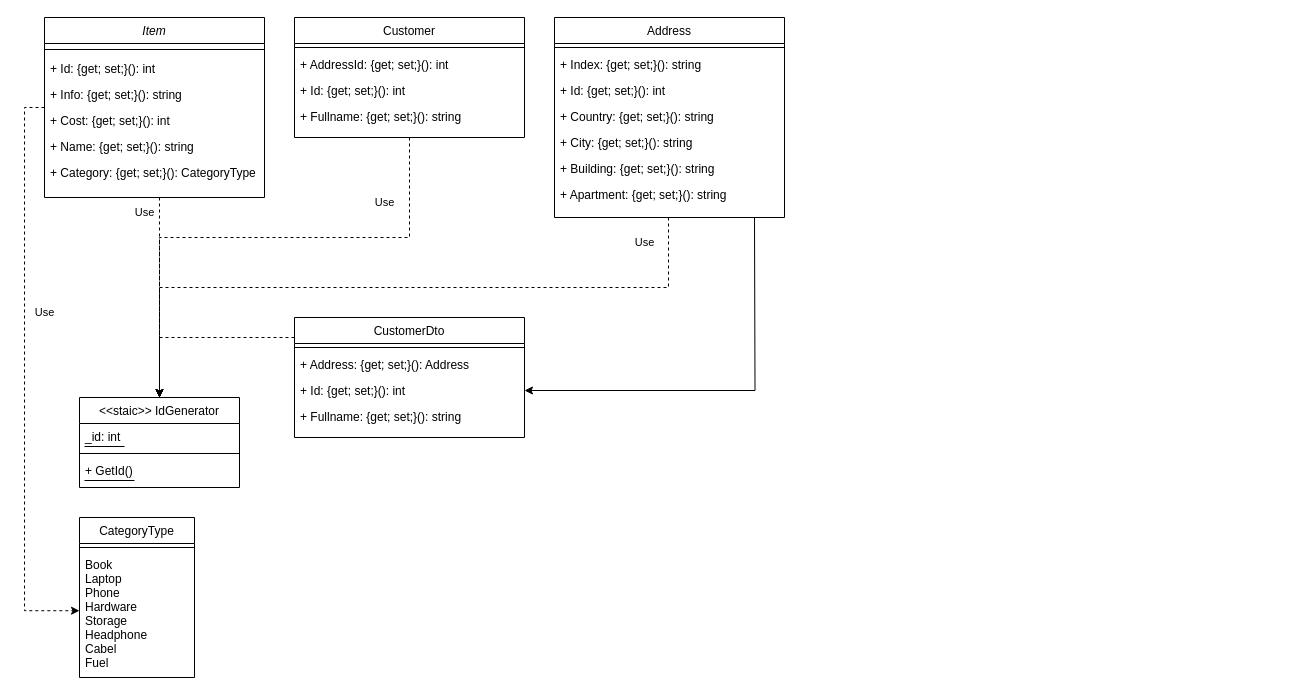
This is ClassDiagram.drawio from antoniocra04/oop-backend, a draw.io file, before an edit. Source tidied: cells renumbered, new cells numbered last; positions are measured from the earlier drawing's top-left corner, leaving out a move shared by most shapes. Both pictures are drawn from the tidied source at 100%, with x=0, y=0 at pixel (24, 17).
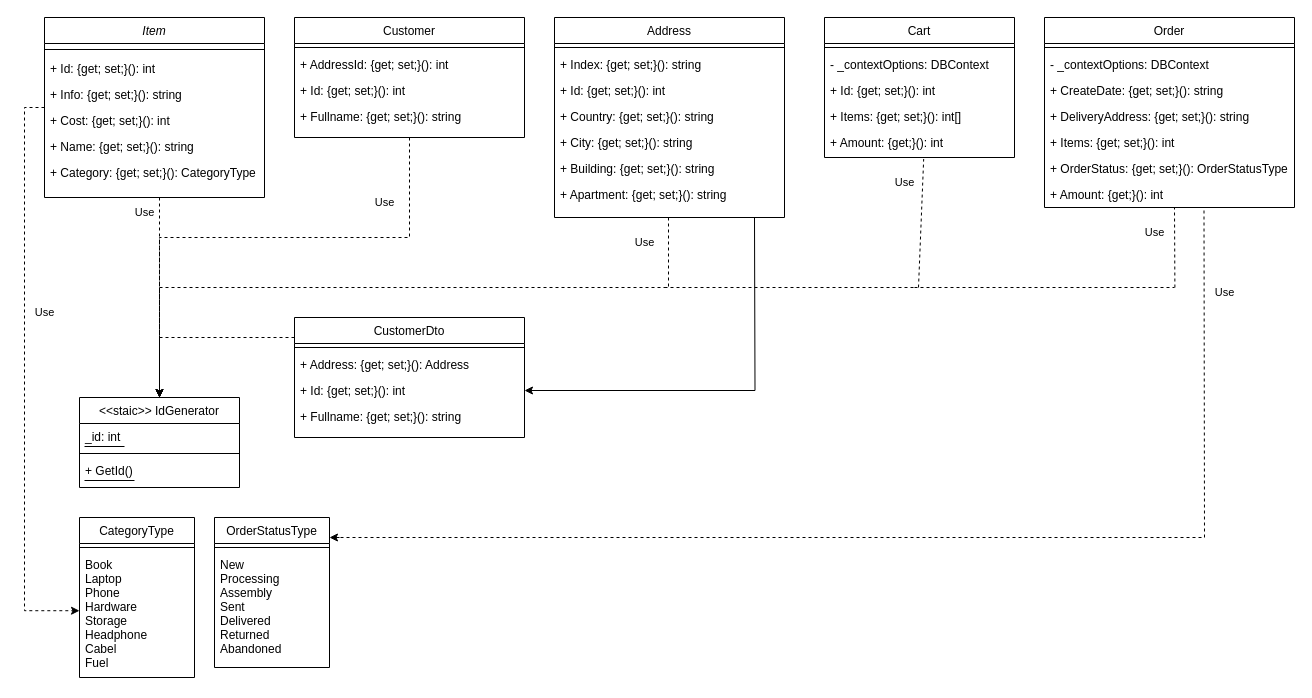
Above is the later version.

What changed in the source:
```diff
@@
+    <mxCell id="46" value="OrderStatusType" style="swimlane;fontStyle=0;align=center;verticalAlign=top;horizontal=1;startSize=26;rounded=0;shadow=0;strokeWidth=1;" parent="1" vertex="1">
+      <mxGeometry x="190" y="500" width="115" height="150" as="geometry" />
+    </mxCell>
+    <mxCell id="47" style="line;html=1;strokeWidth=1;align=left;verticalAlign=middle;spacingTop=-1;spacingLeft=3;spacingRight=3;labelPosition=right;" parent="46" vertex="1">
+      <mxGeometry y="26" width="115" height="8" as="geometry" />
+    </mxCell>
+    <mxCell id="48" value="New&#10;Processing&#10;Assembly&#10;Sent&#10;Delivered&#10;Returned&#10;Abandoned" style="text;align=left;verticalAlign=top;spacingLeft=4;spacingRight=4;overflow=hidden;rounded=0;shadow=0;html=0;" parent="46" vertex="1">
+      <mxGeometry y="34" width="115" height="116" as="geometry" />
+    </mxCell>
+    <mxCell id="49" value="Cart" style="swimlane;fontStyle=0;align=center;verticalAlign=top;horizontal=1;startSize=26;rounded=0;shadow=0;strokeWidth=1;" parent="1" vertex="1">
+      <mxGeometry x="800" width="190" height="140" as="geometry" />
+    </mxCell>
+    <mxCell id="50" style="line;html=1;strokeWidth=1;align=left;verticalAlign=middle;spacingTop=-1;spacingLeft=3;spacingRight=3;labelPosition=right;" parent="49" vertex="1">
+      <mxGeometry y="26" width="190" height="8" as="geometry" />
+    </mxCell>
+    <mxCell id="51" value="- _contextOptions: DBContext" style="text;align=left;verticalAlign=top;spacingLeft=4;spacingRight=4;overflow=hidden;rounded=0;shadow=0;html=0;" parent="49" vertex="1">
+      <mxGeometry y="34" width="190" height="26" as="geometry" />
+    </mxCell>
+    <mxCell id="52" value="+ Id: {get; set;}(): int" style="text;align=left;verticalAlign=top;spacingLeft=4;spacingRight=4;overflow=hidden;" parent="49" vertex="1">
+      <mxGeometry y="60" width="190" height="26" as="geometry" />
+    </mxCell>
+    <mxCell id="53" value="+ Items: {get; set;}(): int[]" style="text;align=left;verticalAlign=top;spacingLeft=4;spacingRight=4;overflow=hidden;rounded=0;shadow=0;html=0;" parent="49" vertex="1">
+      <mxGeometry y="86" width="190" height="26" as="geometry" />
+    </mxCell>
+    <mxCell id="54" value="+ Amount: {get;}(): int" style="text;align=left;verticalAlign=top;spacingLeft=4;spacingRight=4;overflow=hidden;points=[[0,0.5],[1,0.5]];portConstraint=eastwest;rounded=0;shadow=0;html=0;" parent="49" vertex="1">
+      <mxGeometry y="112" width="190" height="26" as="geometry" />
+    </mxCell>
+    <mxCell id="55" value="Order" style="swimlane;fontStyle=0;align=center;verticalAlign=top;horizontal=1;startSize=26;rounded=0;shadow=0;strokeWidth=1;" parent="1" vertex="1">
+      <mxGeometry x="1020" width="250" height="190" as="geometry" />
+    </mxCell>
+    <mxCell id="56" style="line;html=1;strokeWidth=1;align=left;verticalAlign=middle;spacingTop=-1;spacingLeft=3;spacingRight=3;labelPosition=right;" parent="55" vertex="1">
+      <mxGeometry y="26" width="250" height="8" as="geometry" />
+    </mxCell>
+    <mxCell id="57" value="- _contextOptions: DBContext" style="text;align=left;verticalAlign=top;spacingLeft=4;spacingRight=4;overflow=hidden;rounded=0;shadow=0;html=0;" parent="55" vertex="1">
+      <mxGeometry y="34" width="250" height="26" as="geometry" />
+    </mxCell>
+    <mxCell id="58" value="+ CreateDate: {get; set;}(): string" style="text;align=left;verticalAlign=top;spacingLeft=4;spacingRight=4;overflow=hidden;" parent="55" vertex="1">
+      <mxGeometry y="60" width="250" height="26" as="geometry" />
+    </mxCell>
+    <mxCell id="59" value="+ DeliveryAddress: {get; set;}(): string" style="text;align=left;verticalAlign=top;spacingLeft=4;spacingRight=4;overflow=hidden;rounded=0;shadow=0;html=0;" parent="55" vertex="1">
+      <mxGeometry y="86" width="250" height="26" as="geometry" />
+    </mxCell>
+    <mxCell id="60" value="+ Items: {get; set;}(): int" style="text;align=left;verticalAlign=top;spacingLeft=4;spacingRight=4;overflow=hidden;rounded=0;shadow=0;html=0;" parent="55" vertex="1">
+      <mxGeometry y="112" width="250" height="26" as="geometry" />
+    </mxCell>
+    <mxCell id="61" value="+ OrderStatus: {get; set;}(): OrderStatusType" style="text;align=left;verticalAlign=top;spacingLeft=4;spacingRight=4;overflow=hidden;rounded=0;shadow=0;html=0;" parent="55" vertex="1">
+      <mxGeometry y="138" width="250" height="26" as="geometry" />
+    </mxCell>
+    <mxCell id="62" value="+ Amount: {get;}(): int" style="text;align=left;verticalAlign=top;spacingLeft=4;spacingRight=4;overflow=hidden;points=[[0,0.5],[1,0.5]];portConstraint=eastwest;rounded=0;shadow=0;html=0;" parent="55" vertex="1">
+      <mxGeometry y="164" width="250" height="26" as="geometry" />
+    </mxCell>
+    <mxCell id="63" style="endArrow=none;dashed=1;html=1;rounded=0;entryX=0.522;entryY=1.134;entryDx=0;entryDy=0;entryPerimeter=0;" parent="1" edge="1" target="54">
+      <mxGeometry relative="1" as="geometry">
+        <mxPoint x="894" y="270" as="sourcePoint" />
+      </mxGeometry>
+    </mxCell>
+    <mxCell id="64" style="endArrow=none;dashed=1;html=1;rounded=0;" parent="1" edge="1">
+      <mxGeometry relative="1" as="geometry">
+        <mxPoint x="640" y="270" as="sourcePoint" />
+        <mxPoint x="890" y="270" as="targetPoint" />
+      </mxGeometry>
+    </mxCell>
+    <mxCell id="65" value="Use" style="text;html=1;align=center;verticalAlign=middle;strokeColor=none;fillColor=none;fontFamily=Helvetica;fontSize=11;fontColor=default;labelBackgroundColor=default;" parent="1" vertex="1">
+      <mxGeometry x="860" y="150" width="40" height="30" as="geometry" />
+    </mxCell>
+    <mxCell id="66" style="endArrow=none;dashed=1;html=1;rounded=0;entryX=0.522;entryY=1.134;entryDx=0;entryDy=0;entryPerimeter=0;" parent="1" edge="1">
+      <mxGeometry relative="1" as="geometry">
+        <mxPoint x="1150.4" y="270" as="sourcePoint" />
+        <mxPoint x="1150" y="190" as="targetPoint" />
+      </mxGeometry>
+    </mxCell>
+    <mxCell id="67" style="endArrow=none;dashed=1;html=1;rounded=0;" parent="1" edge="1">
+      <mxGeometry relative="1" as="geometry">
+        <mxPoint x="310" y="520" as="sourcePoint" />
+        <mxPoint x="1180" y="520" as="targetPoint" />
+      </mxGeometry>
+    </mxCell>
+    <mxCell id="68" value="Use" style="text;html=1;align=center;verticalAlign=middle;strokeColor=none;fillColor=none;fontFamily=Helvetica;fontSize=11;fontColor=default;labelBackgroundColor=default;" parent="1" vertex="1">
+      <mxGeometry x="1110" y="200" width="40" height="30" as="geometry" />
+    </mxCell>
+    <mxCell id="69" style="endArrow=classic;html=1;rounded=0;" parent="1" edge="1">
+      <mxGeometry relative="1" as="geometry">
+        <mxPoint x="315" y="520" as="sourcePoint" />
+        <mxPoint x="305" y="520" as="targetPoint" />
+        <Array as="points">
+          <mxPoint x="315" y="520" />
+        </Array>
+      </mxGeometry>
+    </mxCell>
+    <mxCell id="70" style="endArrow=none;dashed=1;html=1;rounded=0;" parent="1" edge="1">
+      <mxGeometry relative="1" as="geometry">
+        <mxPoint x="890" y="270" as="sourcePoint" />
+        <mxPoint x="1150" y="270" as="targetPoint" />
+      </mxGeometry>
+    </mxCell>
+    <mxCell id="71" style="endArrow=none;dashed=1;html=1;rounded=0;entryX=0.638;entryY=1.104;entryDx=0;entryDy=0;entryPerimeter=0;" parent="1" edge="1" target="62">
+      <mxGeometry relative="1" as="geometry">
+        <mxPoint x="1180" y="520" as="sourcePoint" />
+      </mxGeometry>
+    </mxCell>
+    <mxCell id="72" value="Use" style="text;html=1;align=center;verticalAlign=middle;strokeColor=none;fillColor=none;fontFamily=Helvetica;fontSize=11;fontColor=default;labelBackgroundColor=default;" parent="1" vertex="1">
+      <mxGeometry x="1180" y="260" width="40" height="30" as="geometry" />
+    </mxCell>
```
